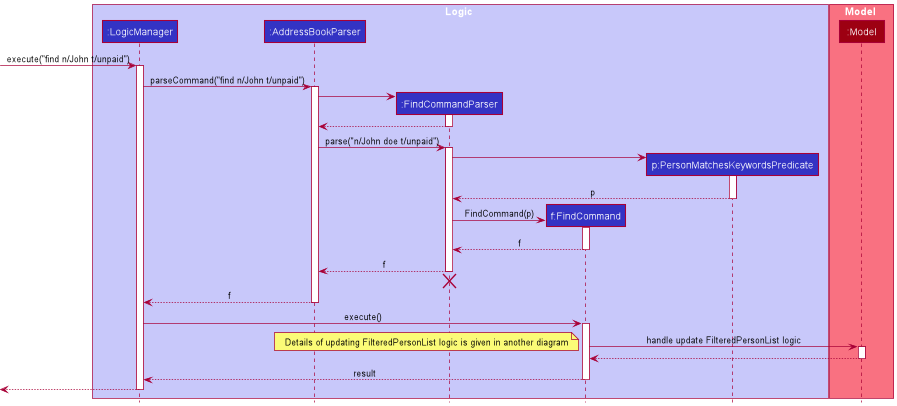
Before: docs/images/FindSequenceDiagram.png, a diagram exported from PlantUML (nus-cs2103-AY2122S1/tp).
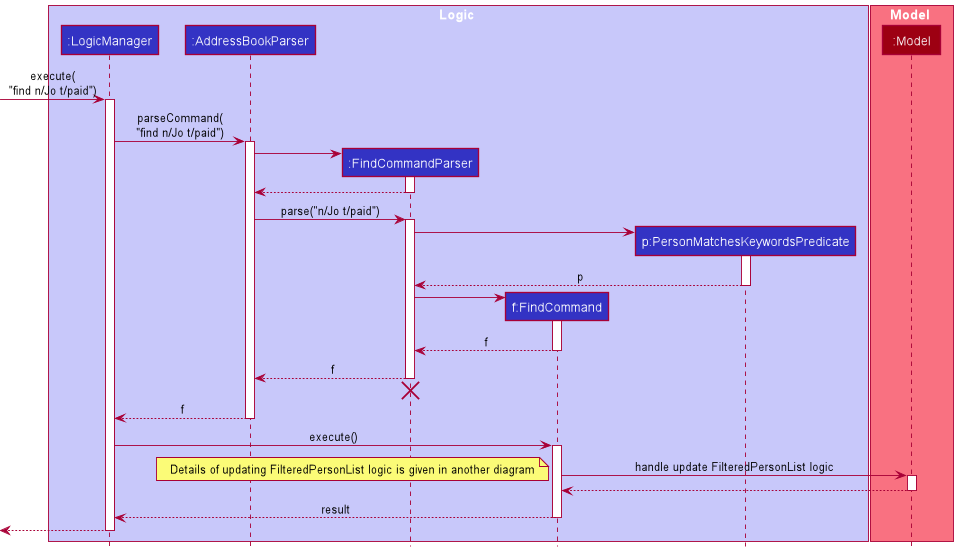
After the change.

Commit message:
make diagram clearer and add description

Change to the diagram source:
```diff
@@ -13,10 +13,10 @@
 participant ":Model" as Model MODEL_COLOR
 end box
 
-[-> LogicManager : execute("find n/John t/unpaid")
+[-> LogicManager : execute(\n"find n/Jo t/paid")
 activate LogicManager
 
-LogicManager -> AddressBookParser : parseCommand("find n/John t/unpaid")
+LogicManager -> AddressBookParser : parseCommand(\n"find n/Jo t/paid")
 activate AddressBookParser
 
 create FindCommandParser
@@ -26,7 +26,7 @@
 FindCommandParser --> AddressBookParser
 deactivate FindCommandParser
 
-AddressBookParser -> FindCommandParser : parse("n/John doe t/unpaid")
+AddressBookParser -> FindCommandParser : parse("n/Jo t/paid")
 activate FindCommandParser
 
 create PersonMatchesKeywordsPredicate
@@ -38,7 +38,7 @@
 deactivate PersonMatchesKeywordsPredicate
 
 create FindCommand
-FindCommandParser -> FindCommand : FindCommand(p)
+FindCommandParser -> FindCommand :
 activate FindCommand
 
 FindCommand --> FindCommandParser : f
```
